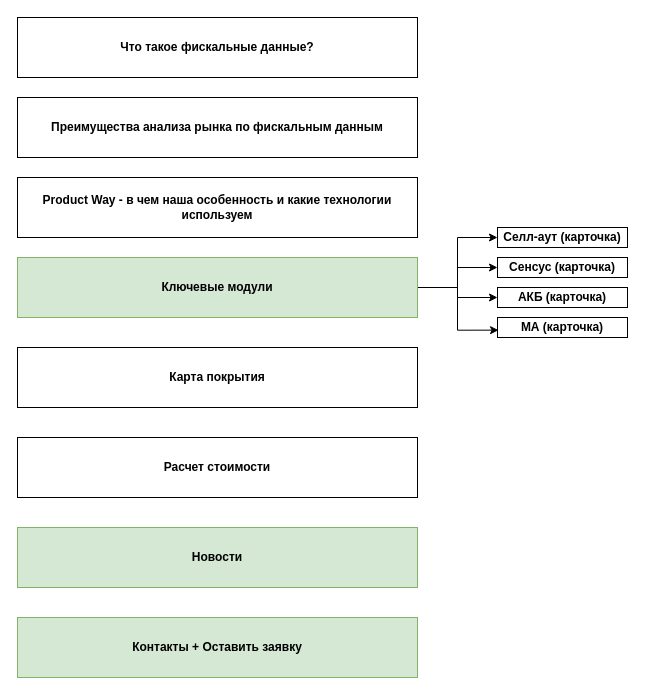
Before: productway.drawio in AleksandraTsygantsova/GB, a draw.io diagram. Source tidied: cells renumbered, new cells numbered last; positions are measured from the earlier drawing's top-left corner, leaving out a move shared by most shapes. Both pictures are drawn from the tidied source at 100%, with x=0, y=0 at pixel (17, 17).
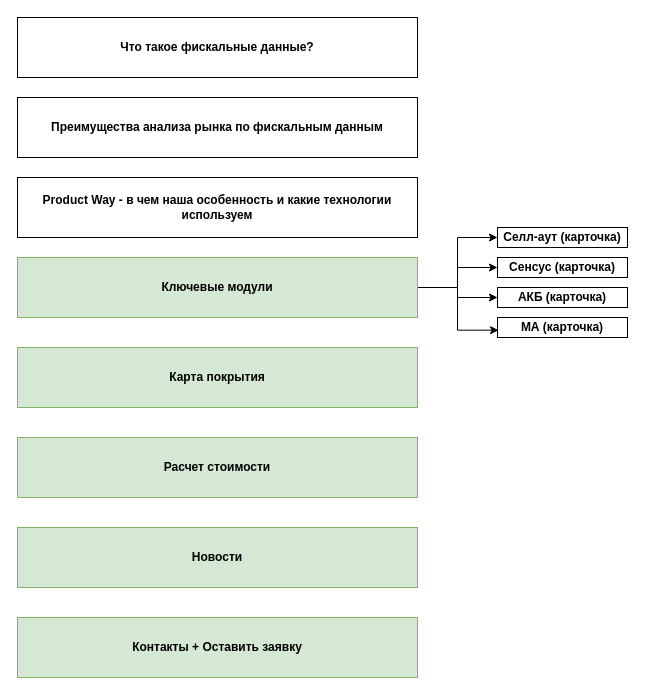
The same page after the edit.

What changed in the source:
```diff
@@
 <mxGraphModel>
   <root>
     <mxCell id="0" />
     <mxCell id="1" parent="0" />
     <mxCell id="2" value="&lt;b&gt;Что такое фискальные данные?&lt;br&gt;&lt;/b&gt;" style="rounded=0;whiteSpace=wrap;html=1;" parent="1" vertex="1">
       <mxGeometry width="400" height="60" as="geometry" />
     </mxCell>
     <mxCell id="3" value="Преимущества анализа рынка по фискальным данным" style="rounded=0;whiteSpace=wrap;html=1;fontStyle=1;" parent="1" vertex="1">
       <mxGeometry y="80" width="400" height="60" as="geometry" />
     </mxCell>
     <mxCell id="4" value="Product Way - в чем наша особенность и какие технологии используем" style="rounded=0;whiteSpace=wrap;html=1;fontStyle=1;" parent="1" vertex="1">
       <mxGeometry y="160" width="400" height="60" as="geometry" />
     </mxCell>
     <mxCell id="5" style="edgeStyle=orthogonalEdgeStyle;rounded=0;jettySize=auto;html=1;exitX=1;exitY=0.5;exitDx=0;exitDy=0;entryX=0;entryY=0.5;entryDx=0;entryDy=0;" parent="1" edge="1" source="9" target="16">
       <mxGeometry relative="1" as="geometry" />
     </mxCell>
     <mxCell id="6" style="edgeStyle=orthogonalEdgeStyle;rounded=0;jettySize=auto;html=1;exitX=1;exitY=0.5;exitDx=0;exitDy=0;entryX=0;entryY=0.5;entryDx=0;entryDy=0;" parent="1" edge="1" source="9" target="14">
       <mxGeometry relative="1" as="geometry" />
     </mxCell>
     <mxCell id="7" style="edgeStyle=orthogonalEdgeStyle;rounded=0;jettySize=auto;html=1;exitX=1;exitY=0.5;exitDx=0;exitDy=0;entryX=0;entryY=0.5;entryDx=0;entryDy=0;" parent="1" edge="1" source="9" target="15">
       <mxGeometry relative="1" as="geometry" />
     </mxCell>
     <mxCell id="8" style="edgeStyle=orthogonalEdgeStyle;rounded=0;jettySize=auto;html=1;exitX=1;exitY=0.5;exitDx=0;exitDy=0;entryX=0.008;entryY=0.633;entryDx=0;entryDy=0;entryPerimeter=0;" parent="1" edge="1" source="9" target="17">
       <mxGeometry relative="1" as="geometry" />
     </mxCell>
     <mxCell id="9" value="Ключевые модули" style="rounded=0;whiteSpace=wrap;html=1;fontStyle=1;fillColor=#d5e8d4;strokeColor=#82b366;" parent="1" vertex="1">
       <mxGeometry y="240" width="400" height="60" as="geometry" />
     </mxCell>
-    <mxCell id="10" value="Карта покрытия" style="rounded=0;whiteSpace=wrap;html=1;fontStyle=1;" parent="1" vertex="1">
+    <mxCell id="10" value="Карта покрытия" style="rounded=0;whiteSpace=wrap;html=1;fontStyle=1;fillColor=#d5e8d4;strokeColor=#82b366;" parent="1" vertex="1">
       <mxGeometry y="330" width="400" height="60" as="geometry" />
     </mxCell>
-    <mxCell id="11" value="Расчет стоимости" style="rounded=0;whiteSpace=wrap;html=1;fontStyle=1;" parent="1" vertex="1">
+    <mxCell id="11" value="Расчет стоимости" style="rounded=0;whiteSpace=wrap;html=1;fontStyle=1;fillColor=#d5e8d4;strokeColor=#82b366;" parent="1" vertex="1">
       <mxGeometry y="420" width="400" height="60" as="geometry" />
     </mxCell>
     <mxCell id="12" value="Новости" style="rounded=0;whiteSpace=wrap;html=1;fontStyle=1;fillColor=#d5e8d4;strokeColor=#82b366;" parent="1" vertex="1">
       <mxGeometry y="510" width="400" height="60" as="geometry" />
     </mxCell>
     <mxCell id="13" value="Контакты + Оставить заявку" style="rounded=0;whiteSpace=wrap;html=1;fontStyle=1;fillColor=#d5e8d4;strokeColor=#82b366;" parent="1" vertex="1">
       <mxGeometry y="600" width="400" height="60" as="geometry" />
     </mxCell>
     <mxCell id="14" value="Сенсус (карточка)" style="rounded=0;whiteSpace=wrap;html=1;fontStyle=1;" parent="1" vertex="1">
       <mxGeometry x="480" y="240" width="130" height="20" as="geometry" />
     </mxCell>
     <mxCell id="15" value="АКБ (карточка)" style="rounded=0;whiteSpace=wrap;html=1;fontStyle=1;" parent="1" vertex="1">
       <mxGeometry x="480" y="270" width="130" height="20" as="geometry" />
     </mxCell>
     <mxCell id="16" value="Селл-аут (карточка)" style="rounded=0;whiteSpace=wrap;html=1;fontStyle=1;" parent="1" vertex="1">
       <mxGeometry x="480" y="210" width="130" height="20" as="geometry" />
     </mxCell>
     <mxCell id="17" value="МА (карточка)" style="rounded=0;whiteSpace=wrap;html=1;fontStyle=1;" parent="1" vertex="1">
       <mxGeometry x="480" y="300" width="130" height="20" as="geometry" />
     </mxCell>
   </root>
 </mxGraphModel>
```
